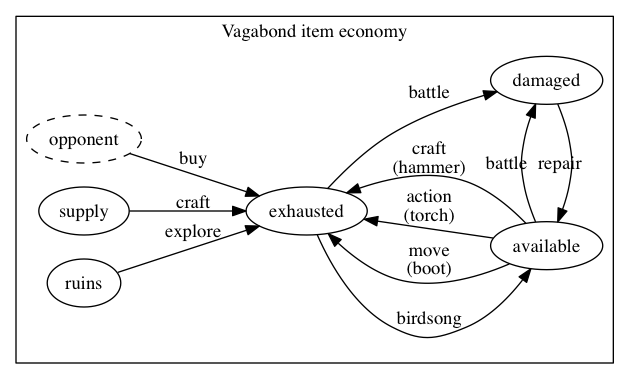
Earlier version of the Graphviz export diagrams/vagabond-items.png (krawaller/root). Its source is kept beside it as diagrams/vagabond-items.dot.
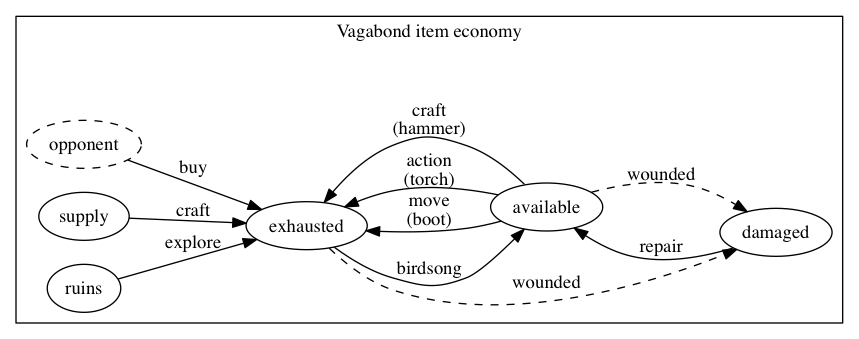
The same file after the commit.

The edit, as a diff of the source:
```diff
@@ -19,14 +19,15 @@
     available -> exhausted [label="action\n(torch)"]
     available -> exhausted [label="craft\n(hammer)"]
 
-    exhausted -> damaged [label="battle"]
+    exhausted -> damaged [label="wounded" style=dashed]
 
-    available -> damaged [label="battle"]
+
+    damaged -> available [label="repair"]
+
+    available -> damaged [label="wounded" style=dashed]
 
     damaged -> available [color=transparent label="repair" fontcolor=transparent]
 
-    damaged -> available [label="repair"]
 
-    {rank=same; available, damaged}
   }
 }
```
